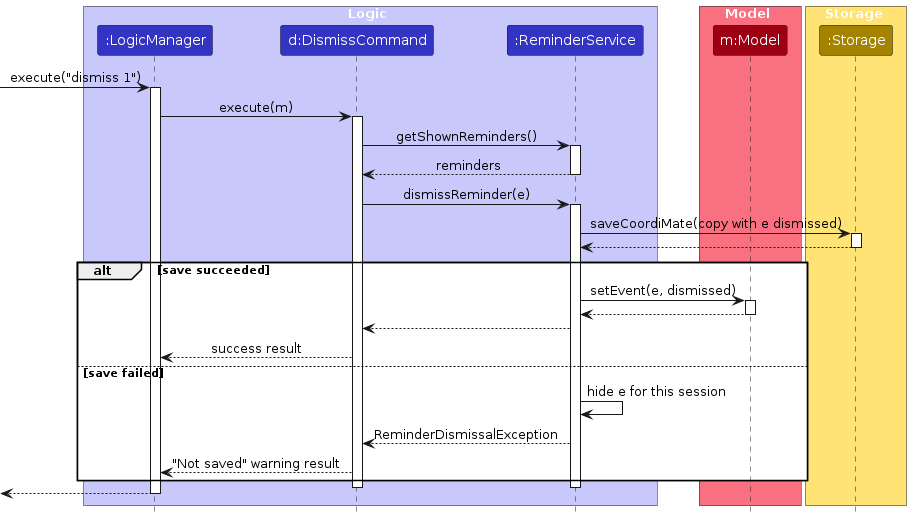
Earlier version of the PlantUML export diagrams/DismissSequenceDiagram.png (AY2627S1-CS2103T-W12-3/tp). Its source is kept beside it as diagrams/DismissSequenceDiagram.puml.
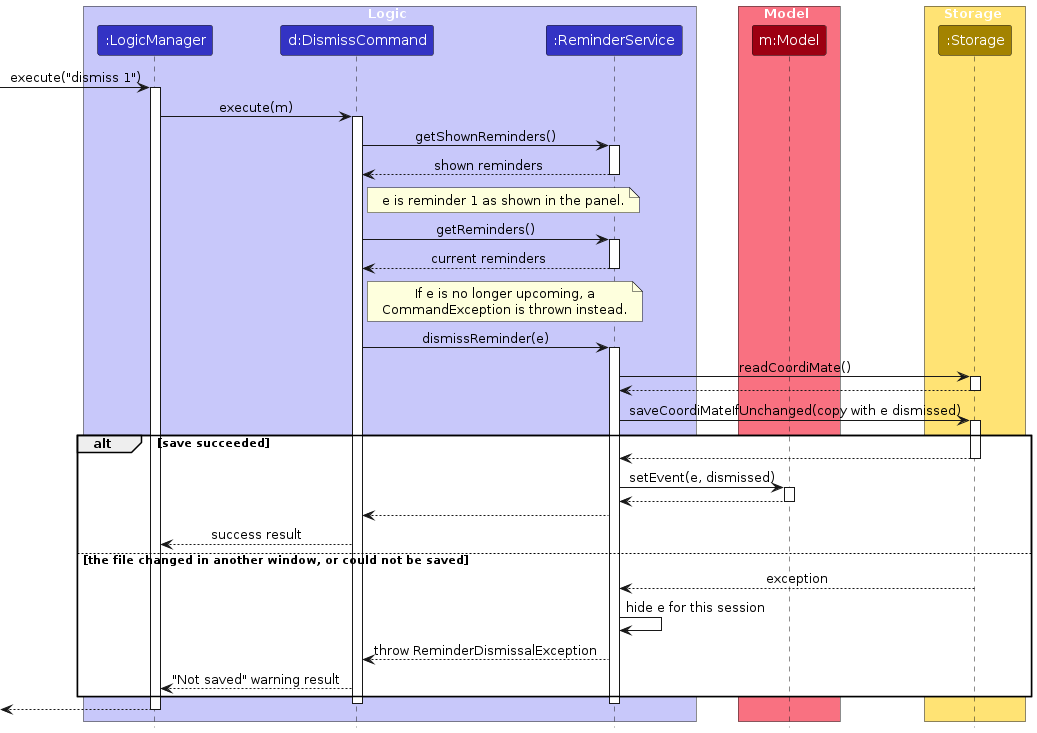
The same file after the commit.

What changed in the source:
```diff
@@ -24,27 +24,48 @@
 
 DismissCommand -> ReminderService : getShownReminders()
 activate ReminderService
-ReminderService --> DismissCommand : reminders
+ReminderService --> DismissCommand : shown reminders
 deactivate ReminderService
+
+note right of DismissCommand
+  e is reminder 1 as shown in the panel.
+end note
+
+DismissCommand -> ReminderService : getReminders()
+activate ReminderService
+ReminderService --> DismissCommand : current reminders
+deactivate ReminderService
+
+note right of DismissCommand
+  If e is no longer upcoming, a
+  CommandException is thrown instead.
+end note
 
 DismissCommand -> ReminderService : dismissReminder(e)
 activate ReminderService
 
-ReminderService -> Storage : saveCoordiMate(copy with e dismissed)
+ReminderService -> Storage : readCoordiMate()
 activate Storage
 Storage --> ReminderService
 deactivate Storage
 
+ReminderService -> Storage : saveCoordiMateIfUnchanged(copy with e dismissed)
+activate Storage
+
 alt save succeeded
+    Storage --> ReminderService
+    deactivate Storage
     ReminderService -> Model : setEvent(e, dismissed)
     activate Model
     Model --> ReminderService
     deactivate Model
     ReminderService --> DismissCommand
     DismissCommand --> LogicManager : success result
-else save failed
+else the file changed in another window, or could not be saved
+    Storage --> ReminderService : exception
+    deactivate Storage
     ReminderService -> ReminderService : hide e for this session
-    ReminderService --> DismissCommand : ReminderDismissalException
+    ReminderService --> DismissCommand : throw ReminderDismissalException
     DismissCommand --> LogicManager : "Not saved" warning result
 end
 deactivate ReminderService
```
